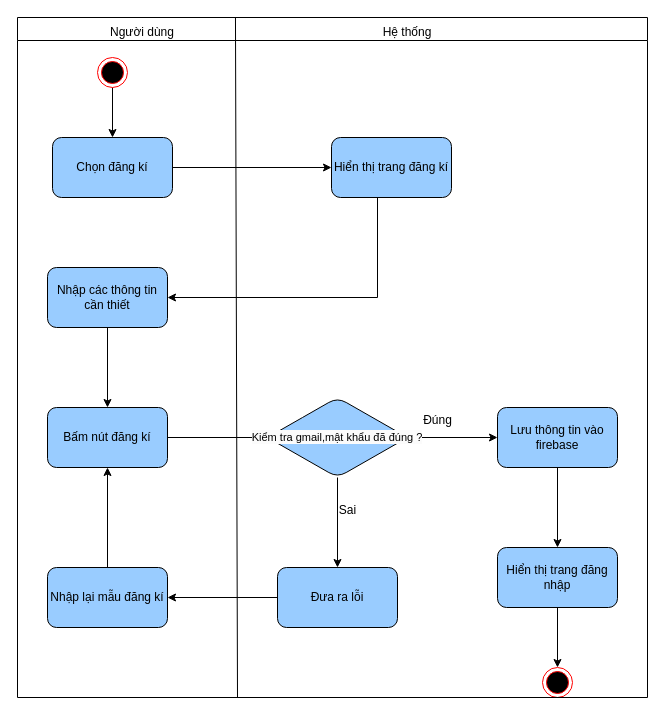
Earlier version of the draw.io diagram page "activit đăng ký" (6 of 33) of Biểu đồ không có tiêu đề.drawio (anhduy7723/api_auth). Source tidied: cells renumbered, new cells numbered last; positions are measured from the earlier drawing's top-left corner, leaving out a move shared by most shapes. Both pictures are drawn from the tidied source at 100%, with x=0, y=0 at pixel (17, 17).
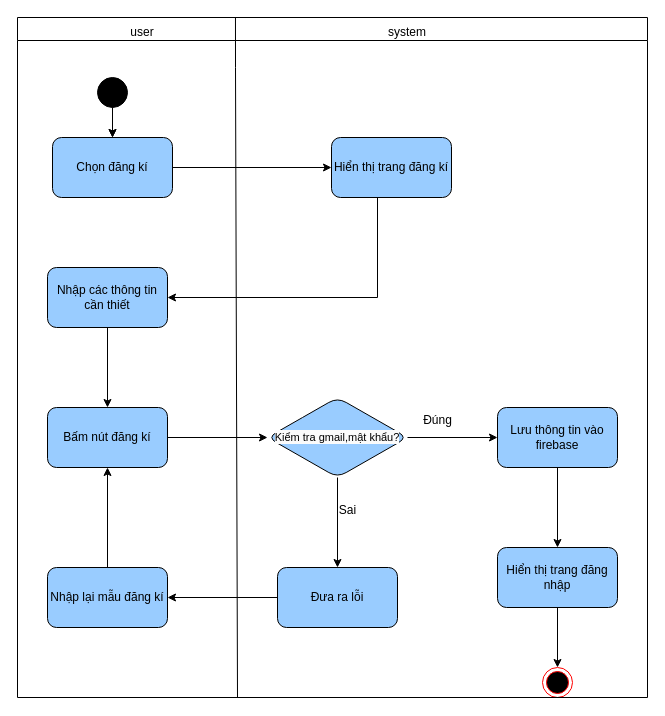
Above is the later version.

The change refers to these unchanged cells:
```xml
<mxCell id="5" value="Chọn đăng kí" style="rounded=1;whiteSpace=wrap;html=1;fillColor=#99CCFF;" parent="1" vertex="1">
  <mxGeometry x="35" y="120" width="120" height="60" as="geometry" />
</mxCell>
<mxCell id="25" style="swimlane;" parent="1" vertex="1">
  <mxGeometry width="630" height="680" as="geometry" />
</mxCell>
```

What changed in the source:
```diff
@@
-    <mxCell id="2" style="edgeStyle=none;rounded=0;jettySize=auto;html=1;" parent="1" edge="1" source="3" target="5">
+    <mxCell id="2" style="edgeStyle=none;rounded=0;jettySize=auto;html=1;" parent="1" edge="1" source="32" target="5">
       <mxGeometry relative="1" as="geometry" />
     </mxCell>
-    <mxCell id="3" style="ellipse;html=1;shape=endState;fillColor=#000000;strokeColor=#ff0000;" parent="1" vertex="1">
-      <mxGeometry x="80" y="40" width="30" height="30" as="geometry" />
-    </mxCell>
@@
-    <mxCell id="13" value="&lt;span style=&quot;color: rgb(0, 0, 0); font-family: Helvetica; font-style: normal; font-variant-ligatures: normal; font-variant-caps: normal; font-weight: 400; letter-spacing: normal; orphans: 2; text-align: center; text-indent: 0px; text-transform: none; widows: 2; word-spacing: 0px; -webkit-text-stroke-width: 0px; white-space: nowrap; background-color: rgb(251, 251, 251); text-decoration-thickness: initial; text-decoration-style: initial; text-decoration-color: initial; float: none; display: inline !important;&quot;&gt;&lt;font style=&quot;font-size: 11px;&quot;&gt;Kiểm tra gmail,mật khẩu đã đúng ?&lt;/font&gt;&lt;/span&gt;" style="rhombus;whiteSpace=wrap;html=1;rounded=1;fillColor=#99CCFF;" parent="1" vertex="1">
+    <mxCell id="13" value="&lt;span style=&quot;color: rgb(0, 0, 0); font-family: Helvetica; font-style: normal; font-variant-ligatures: normal; font-variant-caps: normal; font-weight: 400; letter-spacing: normal; orphans: 2; text-align: center; text-indent: 0px; text-transform: none; widows: 2; word-spacing: 0px; -webkit-text-stroke-width: 0px; white-space: nowrap; background-color: rgb(251, 251, 251); text-decoration-thickness: initial; text-decoration-style: initial; text-decoration-color: initial; float: none; display: inline !important;&quot;&gt;&lt;font style=&quot;font-size: 11px;&quot;&gt;Kiểm tra gmail,mật khẩu?&lt;/font&gt;&lt;/span&gt;" style="rhombus;whiteSpace=wrap;html=1;rounded=1;fillColor=#99CCFF;" parent="1" vertex="1">
       <mxGeometry x="250" y="380" width="140" height="80" as="geometry" />
     </mxCell>
@@
-    <mxCell id="27" value="Người dùng" style="text;html=1;align=center;verticalAlign=middle;whiteSpace=wrap;rounded=0;" parent="25" vertex="1">
+    <mxCell id="27" value="user" style="text;html=1;align=center;verticalAlign=middle;whiteSpace=wrap;rounded=0;" parent="25" vertex="1">
       <mxGeometry x="70" width="110" height="30" as="geometry" />
     </mxCell>
-    <mxCell id="28" value="Hệ thống" style="text;html=1;align=center;verticalAlign=middle;whiteSpace=wrap;rounded=0;" parent="25" vertex="1">
+    <mxCell id="28" value="system" style="text;html=1;align=center;verticalAlign=middle;whiteSpace=wrap;rounded=0;" parent="25" vertex="1">
       <mxGeometry x="360" width="60" height="30" as="geometry" />
     </mxCell>
     <mxCell id="29" style="endArrow=none;html=1;rounded=0;entryX=0.346;entryY=0;entryDx=0;entryDy=0;entryPerimeter=0;" parent="1" edge="1" target="25">
       <mxGeometry relative="1" as="geometry">
         <mxPoint x="220" y="680" as="sourcePoint" />
+        <Array as="points">
+          <mxPoint x="218" y="50" />
+        </Array>
       </mxGeometry>
     </mxCell>
+    <mxCell id="30" style="edgeStyle=none;rounded=0;jettySize=auto;html=1;" parent="1" edge="1" source="32" target="5">
+      <mxGeometry relative="1" as="geometry" />
+    </mxCell>
+    <mxCell id="31" style="edgeStyle=none;rounded=0;jettySize=auto;html=1;" parent="1" edge="1" target="32">
+      <mxGeometry relative="1" as="geometry">
+        <mxPoint x="95" y="70" as="sourcePoint" />
+      </mxGeometry>
+    </mxCell>
+    <mxCell id="32" style="ellipse;whiteSpace=wrap;html=1;strokeColor=default;fillColor=#000000;" parent="1" vertex="1">
+      <mxGeometry x="80" y="60" width="30" height="30" as="geometry" />
+    </mxCell>
```
